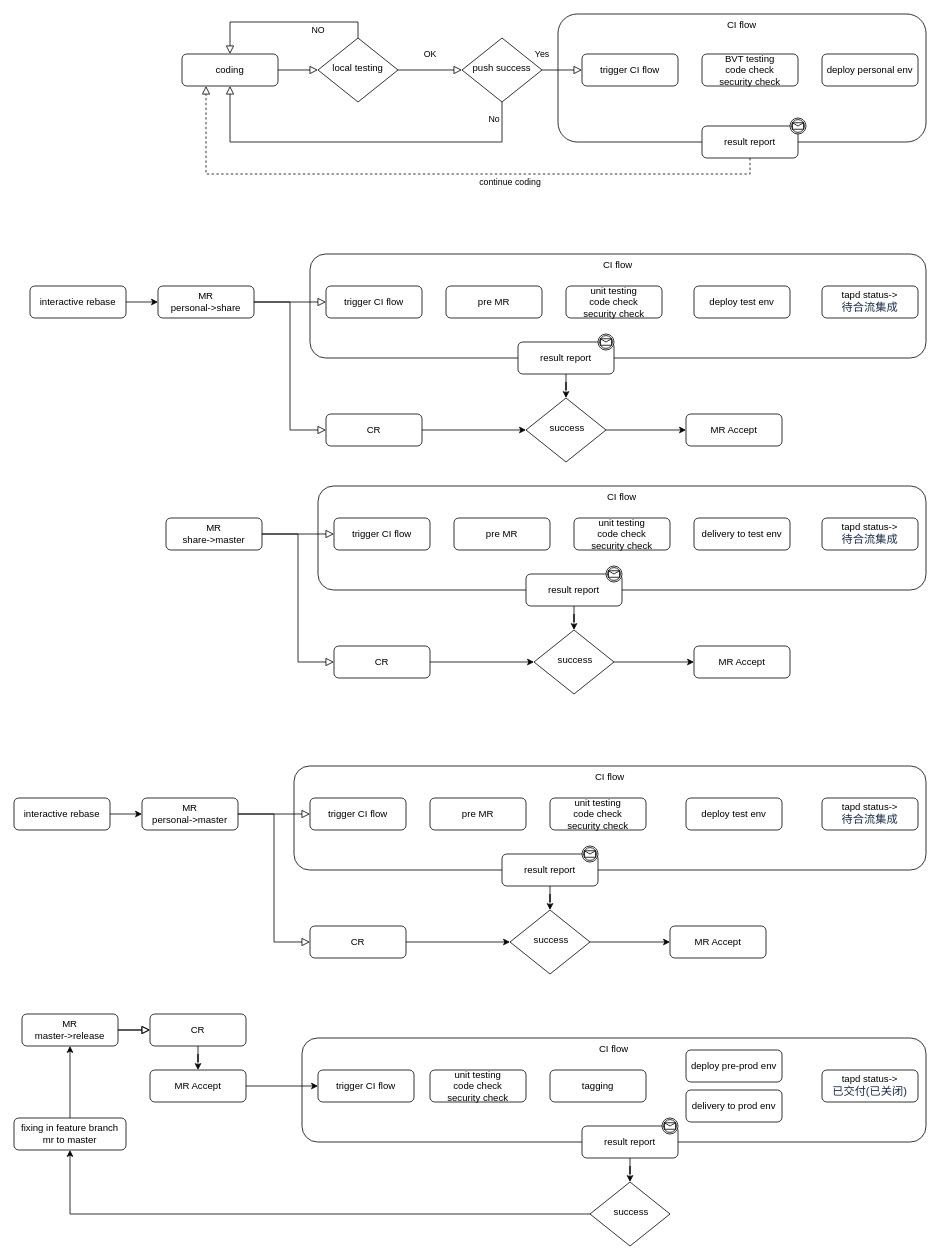
The draw.io diagram page "Page-1" (1 of 2) of Untitled Diagram.drawio in lufy2010/cicd, before the edit. Source tidied: cells renumbered, new cells numbered last; positions are measured from the earlier drawing's top-left corner, leaving out a move shared by most shapes. Both pictures are drawn from the tidied source at 80%, with x=0, y=0 at pixel (14, 14).
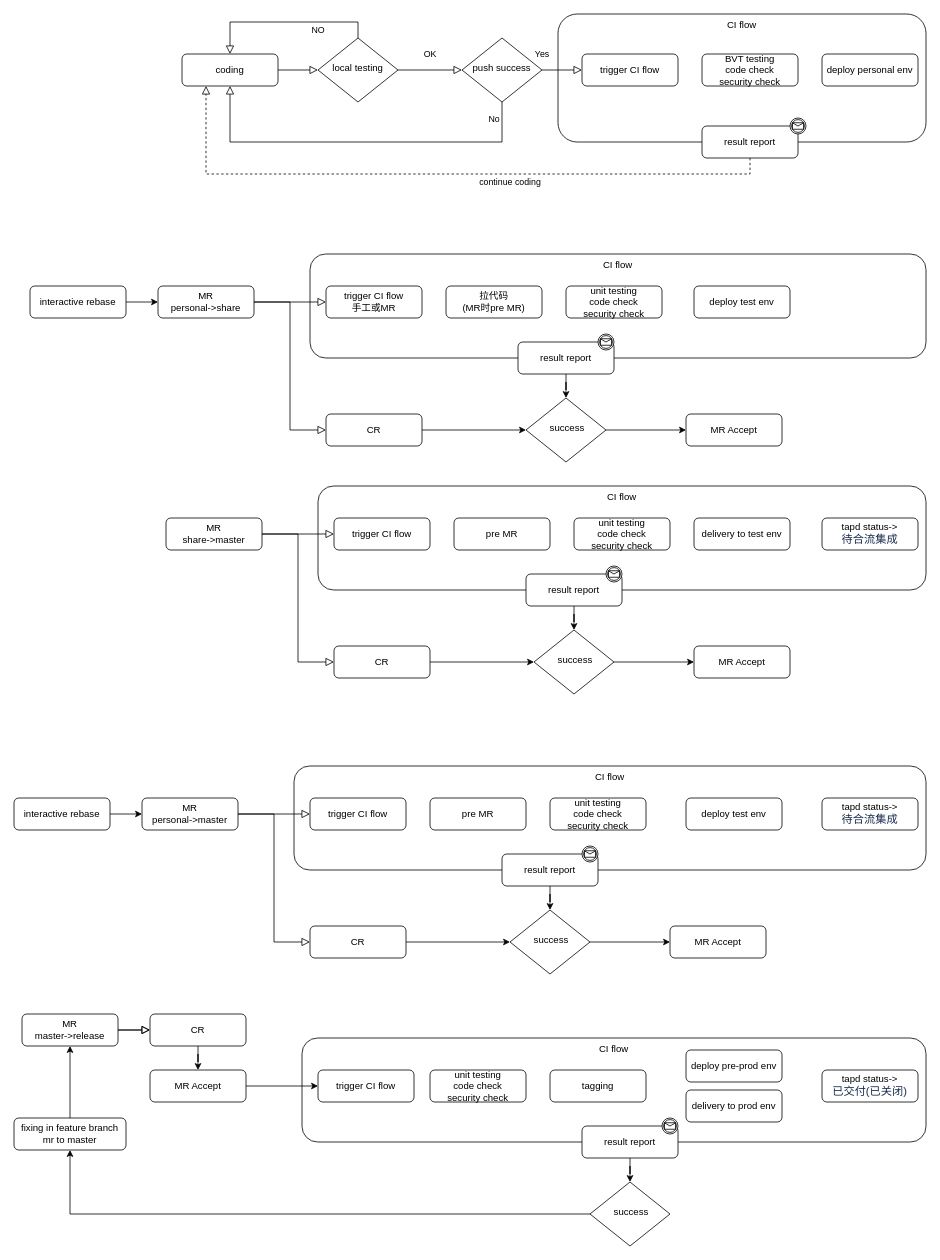
The same page after the edit.

What changed in the source:
```diff
@@
-    <mxCell id="51" value="trigger CI flow" style="rounded=1;whiteSpace=wrap;html=1;fontSize=12;glass=0;strokeWidth=1;shadow=0;" parent="1" vertex="1">
+    <mxCell id="51" value="trigger CI flow&lt;br&gt;手工或MR" style="rounded=1;whiteSpace=wrap;html=1;fontSize=12;glass=0;strokeWidth=1;shadow=0;" parent="1" vertex="1">
       <mxGeometry x="390" y="340" width="120" height="40" as="geometry" />
     </mxCell>
-    <mxCell id="52" value="pre MR" style="rounded=1;whiteSpace=wrap;html=1;fontSize=12;glass=0;strokeWidth=1;shadow=0;" parent="1" vertex="1">
+    <mxCell id="52" value="拉代码&lt;br&gt;(MR时pre MR)" style="rounded=1;whiteSpace=wrap;html=1;fontSize=12;glass=0;strokeWidth=1;shadow=0;" parent="1" vertex="1">
       <mxGeometry x="540" y="340" width="120" height="40" as="geometry" />
     </mxCell>
@@
-    <mxCell id="90" value="&lt;div style=&quot;text-align: left&quot;&gt;&lt;span&gt;tapd status-&amp;gt;&lt;/span&gt;&lt;/div&gt;&lt;div style=&quot;text-align: left&quot;&gt;&lt;span style=&quot;color: rgb(23 , 43 , 77) ; font-size: 14px ; background-color: rgb(255 , 255 , 255)&quot;&gt;待合流集成&lt;/span&gt;&lt;br&gt;&lt;/div&gt;" style="rounded=1;whiteSpace=wrap;html=1;fontSize=12;glass=0;strokeWidth=1;shadow=0;" parent="1" vertex="1">
-      <mxGeometry x="1010" y="340" width="120" height="40" as="geometry" />
-    </mxCell>
```
